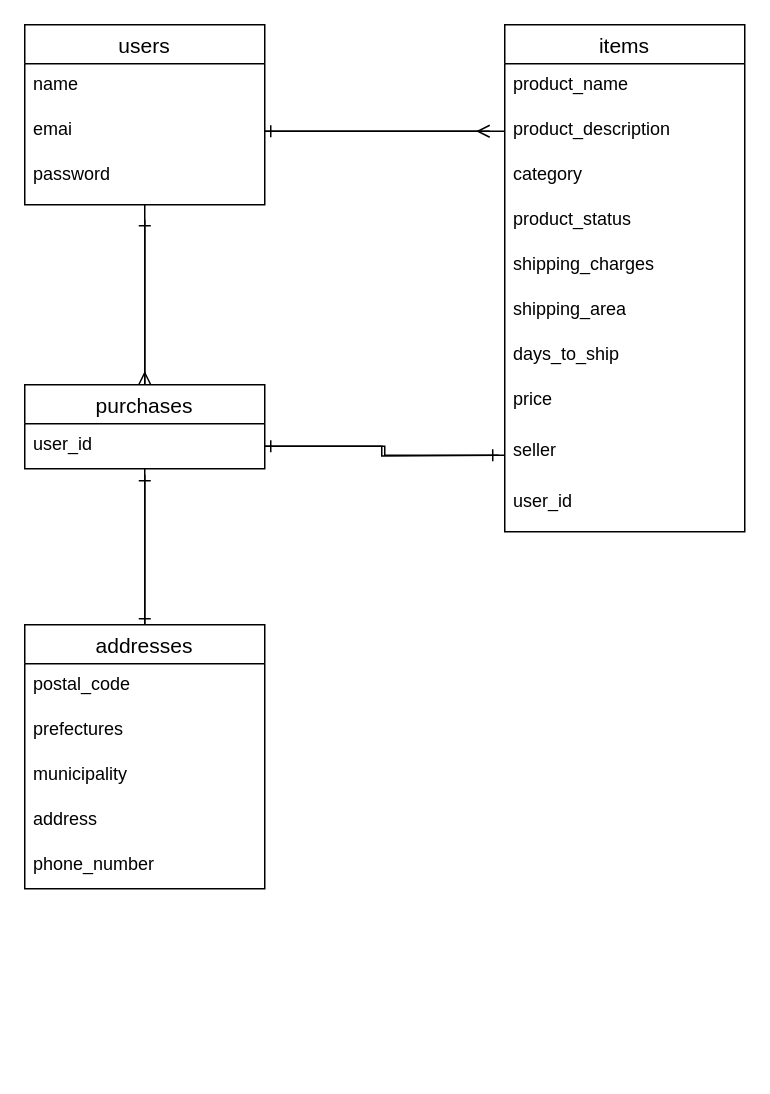
Sakai-yu0321/furima-35537 keeps this draw.io diagram as furima.dio. Above is the earlier version. Source tidied: cells renumbered, new cells numbered last; positions are measured from the earlier drawing's top-left corner, leaving out a move shared by most shapes. Both pictures are drawn from the tidied source at 150%, with x=0, y=0 at pixel (24, 24).
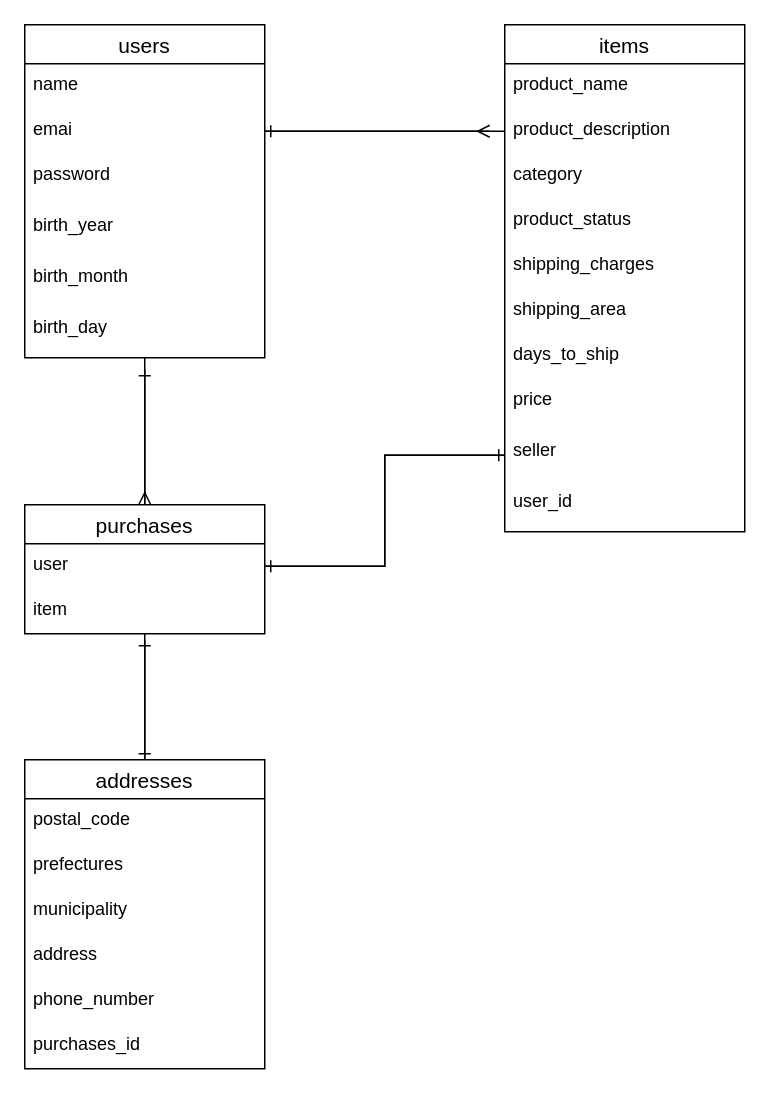
The same diagram, later.

Commit message (it also covers changes not shown here):
er図とreadmeの修正

The change refers to these unchanged cells:
```xml
<mxCell id="16" value="seller" style="text;strokeColor=none;fillColor=none;spacingLeft=4;spacingRight=4;overflow=hidden;points=[[0,0.5],[1,0.5]];portConstraint=eastwest;fontSize=12;align=left;fontStyle=0;" parent="7" vertex="1">
  <mxGeometry y="270" width="160" height="34" as="geometry" />
</mxCell>
```

Diff of the diagram source:
```diff
@@
     <mxCell id="3" value="users" style="swimlane;fontStyle=0;horizontal=1;startSize=26;align=center;fontSize=14;" parent="1" vertex="1">
-      <mxGeometry width="160" height="120" as="geometry" />
+      <mxGeometry width="160" height="222" as="geometry" />
     </mxCell>
@@
+    <mxCell id="34" value="birth_year" style="text;strokeColor=none;fillColor=none;spacingLeft=4;spacingRight=4;overflow=hidden;fontSize=12;" parent="3" vertex="1">
+      <mxGeometry y="120" width="160" height="34" as="geometry" />
+    </mxCell>
+    <mxCell id="35" value="birth_month" style="text;strokeColor=none;fillColor=none;spacingLeft=4;spacingRight=4;overflow=hidden;fontSize=12;" parent="3" vertex="1">
+      <mxGeometry y="154" width="160" height="34" as="geometry" />
+    </mxCell>
+    <mxCell id="36" value="birth_day" style="text;strokeColor=none;fillColor=none;spacingLeft=4;spacingRight=4;overflow=hidden;fontSize=12;" parent="3" vertex="1">
+      <mxGeometry y="188" width="160" height="34" as="geometry" />
+    </mxCell>
@@
     <mxCell id="18" style="edgeStyle=orthogonalEdgeStyle;rounded=0;jettySize=auto;html=1;endArrow=ERone;endFill=0;" parent="1" edge="1" source="20">
       <mxGeometry relative="1" as="geometry">
-        <mxPoint x="80" y="130" as="targetPoint" />
+        <mxPoint x="80" y="230" as="targetPoint" />
       </mxGeometry>
     </mxCell>
@@
     <mxCell id="20" value="purchases" style="swimlane;fontStyle=0;horizontal=1;startSize=26;align=center;fontSize=14;" parent="1" vertex="1">
-      <mxGeometry y="240" width="160" height="56" as="geometry" />
+      <mxGeometry y="320" width="160" height="86" as="geometry" />
     </mxCell>
-    <mxCell id="21" value="user_id" style="text;strokeColor=none;fillColor=none;spacingLeft=4;spacingRight=4;overflow=hidden;points=[[0,0.5],[1,0.5]];portConstraint=eastwest;fontSize=12;" parent="20" vertex="1">
+    <mxCell id="21" value="user" style="text;strokeColor=none;fillColor=none;spacingLeft=4;spacingRight=4;overflow=hidden;points=[[0,0.5],[1,0.5]];portConstraint=eastwest;fontSize=12;" parent="20" vertex="1">
       <mxGeometry y="26" width="160" height="30" as="geometry" />
     </mxCell>
+    <mxCell id="37" value="item" style="text;strokeColor=none;fillColor=none;spacingLeft=4;spacingRight=4;overflow=hidden;fontSize=12;" parent="20" vertex="1">
+      <mxGeometry y="56" width="160" height="30" as="geometry" />
+    </mxCell>
     <mxCell id="22" style="edgeStyle=orthogonalEdgeStyle;rounded=0;jettySize=auto;html=1;endArrow=ERone;endFill=0;" parent="1" edge="1" source="23">
       <mxGeometry relative="1" as="geometry">
-        <mxPoint x="80" y="300" as="targetPoint" />
+        <mxPoint x="80" y="410" as="targetPoint" />
       </mxGeometry>
     </mxCell>
     <mxCell id="23" value="addresses" style="swimlane;fontStyle=0;horizontal=1;startSize=26;align=center;fontSize=14;" parent="1" vertex="1">
-      <mxGeometry y="400" width="160" height="176" as="geometry" />
+      <mxGeometry y="490" width="160" height="206" as="geometry" />
     </mxCell>
@@
+    <mxCell id="38" value="purchases_id" style="text;strokeColor=none;fillColor=none;spacingLeft=4;spacingRight=4;overflow=hidden;fontSize=12;fontStyle=0;" parent="23" vertex="1">
+      <mxGeometry y="176" width="160" height="30" as="geometry" />
+    </mxCell>
@@
-    <mxCell id="32" style="edgeStyle=orthogonalEdgeStyle;rounded=0;jettySize=auto;html=1;endArrow=ERone;endFill=0;exitX=1;exitY=0.5;exitDx=0;exitDy=0;" parent="1" edge="1" source="21">
-      <mxGeometry relative="1" as="geometry">
-        <mxPoint x="316" y="287" as="targetPoint" />
-      </mxGeometry>
-    </mxCell>
@@
+    <mxCell id="39" style="edgeStyle=orthogonalEdgeStyle;rounded=0;jettySize=auto;html=1;entryX=0;entryY=0.5;entryDx=0;entryDy=0;endArrow=ERone;endFill=0;" parent="1" edge="1" source="21" target="16">
+      <mxGeometry relative="1" as="geometry" />
+    </mxCell>
```
